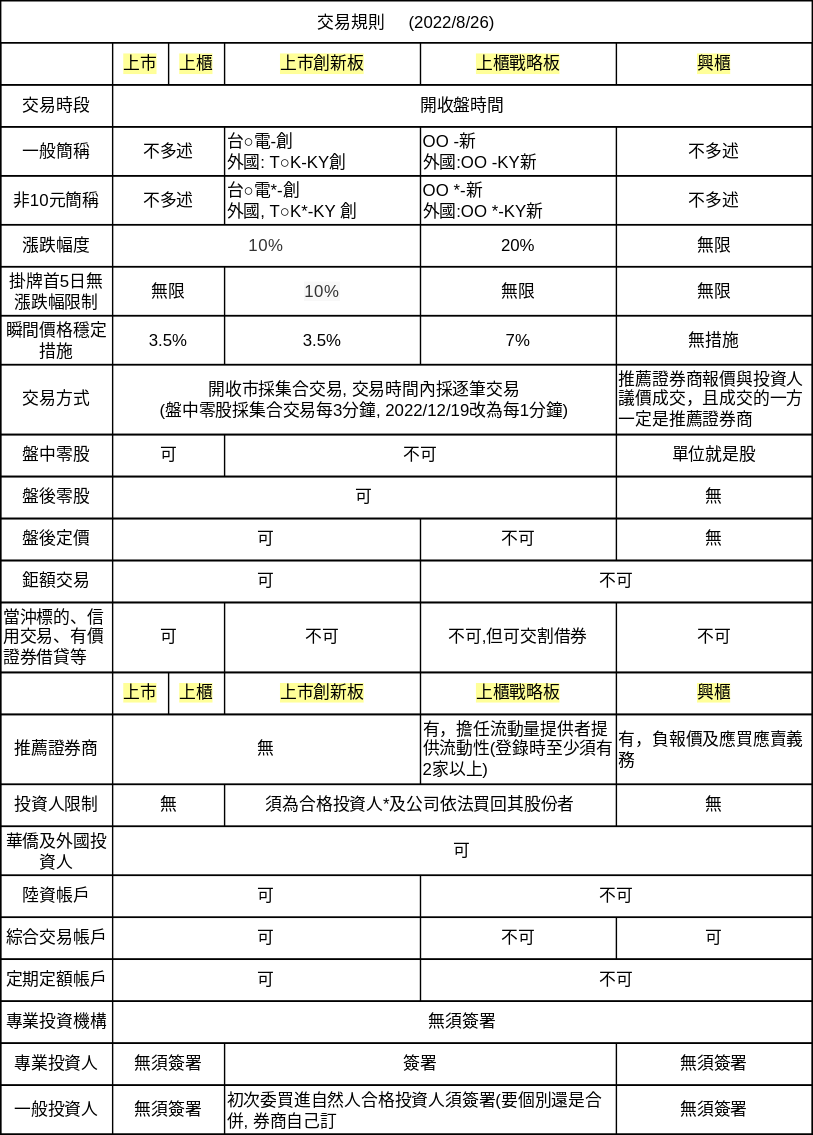
kiloath/pubSVG keeps this draw.io diagram as hackmd/交易規則表.drawio.svg. Above is the earlier version. Source tidied: cells renumbered, new cells last; positions are measured from the earlier drawing's top-left corner, leaving out a move shared by most shapes.
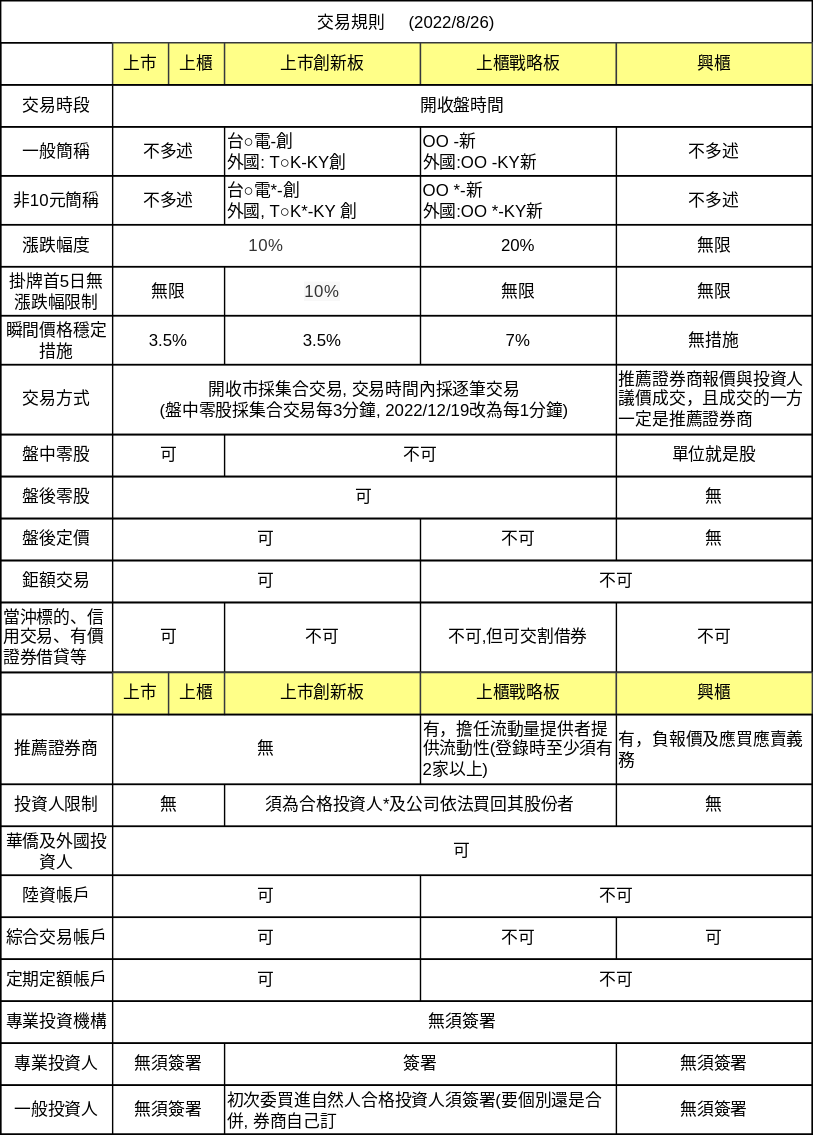
Above is the later version.

The edit, as a diff of the source:
```diff
@@ -11,19 +11,19 @@
     <mxCell id="4" style="shape=partialRectangle;html=1;whiteSpace=wrap;overflow=hidden;fillColor=none;top=0;left=0;bottom=0;right=0;" parent="3" vertex="1">
       <mxGeometry width="80" height="30" as="geometry" />
     </mxCell>
-    <mxCell id="5" value="上市" style="shape=partialRectangle;html=1;whiteSpace=wrap;overflow=hidden;fillColor=none;top=0;left=0;bottom=0;right=0;labelBackgroundColor=#FFFF99;" parent="3" vertex="1">
+    <mxCell id="5" value="上市" style="shape=partialRectangle;html=1;whiteSpace=wrap;overflow=hidden;fillColor=#ffff88;top=1;left=1;bottom=1;right=1;labelBackgroundColor=none;strokeColor=#36393d;" parent="3" vertex="1">
       <mxGeometry x="80" width="40" height="30" as="geometry" />
     </mxCell>
-    <mxCell id="6" value="上櫃" style="shape=partialRectangle;html=1;whiteSpace=wrap;overflow=hidden;fillColor=none;top=0;left=0;bottom=0;right=0;labelBackgroundColor=#FFFF99;" parent="3" vertex="1">
+    <mxCell id="6" value="上櫃" style="shape=partialRectangle;html=1;whiteSpace=wrap;overflow=hidden;fillColor=#ffff88;top=1;left=1;bottom=1;right=1;labelBackgroundColor=none;strokeColor=#36393d;" parent="3" vertex="1">
       <mxGeometry x="120" width="40" height="30" as="geometry" />
     </mxCell>
-    <mxCell id="7" value="上市創新板" style="shape=partialRectangle;html=1;whiteSpace=wrap;overflow=hidden;fillColor=none;top=0;left=0;bottom=0;right=0;labelBackgroundColor=#FFFF99;" parent="3" vertex="1">
+    <mxCell id="7" value="上市創新板" style="shape=partialRectangle;html=1;whiteSpace=wrap;overflow=hidden;fillColor=#ffff88;top=1;left=1;bottom=1;right=1;labelBackgroundColor=none;strokeColor=#36393d;" parent="3" vertex="1">
       <mxGeometry x="160" width="140" height="30" as="geometry" />
     </mxCell>
-    <mxCell id="8" value="上櫃戰略板&#9;" style="shape=partialRectangle;whiteSpace=wrap;overflow=hidden;fillColor=none;top=0;left=0;bottom=0;right=0;labelBackgroundColor=#FFFF99;html=1;" parent="3" vertex="1">
+    <mxCell id="8" value="上櫃戰略板&#9;" style="shape=partialRectangle;whiteSpace=wrap;overflow=hidden;fillColor=#ffff88;top=1;left=1;bottom=1;right=1;labelBackgroundColor=none;html=1;strokeColor=#36393d;" parent="3" vertex="1">
       <mxGeometry x="300" width="140" height="30" as="geometry" />
     </mxCell>
-    <mxCell id="9" value="興櫃" style="shape=partialRectangle;html=1;whiteSpace=wrap;overflow=hidden;fillColor=none;top=0;left=0;bottom=0;right=0;labelBackgroundColor=#FFFF99;" parent="3" vertex="1">
+    <mxCell id="9" value="興櫃" style="shape=partialRectangle;html=1;whiteSpace=wrap;overflow=hidden;fillColor=#ffff88;top=1;left=1;bottom=1;right=1;labelBackgroundColor=none;strokeColor=#36393d;" parent="3" vertex="1">
       <mxGeometry x="440" width="140" height="30" as="geometry" />
     </mxCell>
     <mxCell id="10" style="shape=tableRow;horizontal=0;startSize=0;swimlaneHead=0;swimlaneBody=0;top=0;left=0;bottom=0;right=0;fillColor=none;" parent="2" vertex="1">
@@ -212,19 +212,19 @@
     <mxCell id="71" style="shape=partialRectangle;html=1;whiteSpace=wrap;overflow=hidden;fillColor=none;top=0;left=0;bottom=0;right=0;" parent="70" vertex="1">
       <mxGeometry width="80" height="30" as="geometry" />
     </mxCell>
-    <mxCell id="72" value="&lt;span style=&quot;background-color: rgb(255, 255, 153);&quot;&gt;上市&lt;/span&gt;" style="shape=partialRectangle;html=1;whiteSpace=wrap;overflow=hidden;fillColor=none;top=0;left=0;bottom=0;right=0;" parent="70" vertex="1">
+    <mxCell id="72" value="&lt;span style=&quot;&quot;&gt;上市&lt;/span&gt;" style="shape=partialRectangle;html=1;whiteSpace=wrap;overflow=hidden;fillColor=#ffff88;top=1;left=1;bottom=1;right=1;labelBackgroundColor=none;strokeColor=#36393d;" parent="70" vertex="1">
       <mxGeometry x="80" width="40" height="30" as="geometry" />
     </mxCell>
-    <mxCell id="73" value="&lt;span style=&quot;background-color: rgb(255, 255, 153);&quot;&gt;上櫃&lt;/span&gt;" style="shape=partialRectangle;html=1;whiteSpace=wrap;overflow=hidden;fillColor=none;top=0;left=0;bottom=0;right=0;" parent="70" vertex="1">
+    <mxCell id="73" value="&lt;span style=&quot;&quot;&gt;上櫃&lt;/span&gt;" style="shape=partialRectangle;html=1;whiteSpace=wrap;overflow=hidden;fillColor=#ffff88;top=1;left=1;bottom=1;right=1;labelBackgroundColor=none;strokeColor=#36393d;" parent="70" vertex="1">
       <mxGeometry x="120" width="40" height="30" as="geometry" />
     </mxCell>
-    <mxCell id="74" value="&lt;span style=&quot;background-color: rgb(255, 255, 153);&quot;&gt;上市創新板&lt;/span&gt;" style="shape=partialRectangle;html=1;whiteSpace=wrap;overflow=hidden;fillColor=none;top=0;left=0;bottom=0;right=0;" parent="70" vertex="1">
+    <mxCell id="74" value="&lt;span style=&quot;&quot;&gt;上市創新板&lt;/span&gt;" style="shape=partialRectangle;html=1;whiteSpace=wrap;overflow=hidden;fillColor=#ffff88;top=1;left=1;bottom=1;right=1;labelBackgroundColor=none;strokeColor=#36393d;" parent="70" vertex="1">
       <mxGeometry x="160" width="140" height="30" as="geometry" />
     </mxCell>
-    <mxCell id="75" value="&lt;span style=&quot;background-color: rgb(255, 255, 153);&quot;&gt;上櫃戰略板&lt;/span&gt;" style="shape=partialRectangle;html=1;whiteSpace=wrap;overflow=hidden;fillColor=none;top=0;left=0;bottom=0;right=0;" parent="70" vertex="1">
+    <mxCell id="75" value="&lt;span style=&quot;&quot;&gt;上櫃戰略板&lt;/span&gt;" style="shape=partialRectangle;html=1;whiteSpace=wrap;overflow=hidden;fillColor=#ffff88;top=1;left=1;bottom=1;right=1;labelBackgroundColor=none;strokeColor=#36393d;" parent="70" vertex="1">
       <mxGeometry x="300" width="140" height="30" as="geometry" />
     </mxCell>
-    <mxCell id="76" value="&lt;span style=&quot;background-color: rgb(255, 255, 153);&quot;&gt;興櫃&lt;/span&gt;" style="shape=partialRectangle;html=1;whiteSpace=wrap;overflow=hidden;fillColor=none;top=0;left=0;bottom=0;right=0;" parent="70" vertex="1">
+    <mxCell id="76" value="&lt;span style=&quot;&quot;&gt;興櫃&lt;/span&gt;" style="shape=partialRectangle;html=1;whiteSpace=wrap;overflow=hidden;fillColor=#ffff88;top=1;left=1;bottom=1;right=1;labelBackgroundColor=none;strokeColor=#36393d;" parent="70" vertex="1">
       <mxGeometry x="440" width="140" height="30" as="geometry" />
     </mxCell>
     <mxCell id="77" style="shape=tableRow;horizontal=0;startSize=0;swimlaneHead=0;swimlaneBody=0;top=0;left=0;bottom=0;right=0;fillColor=none;" parent="2" vertex="1">
```
